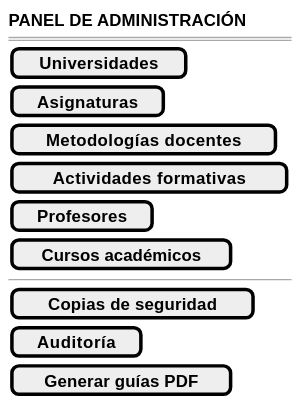
mmasias/pyCeldaPublico keeps this PlantUML diagram as images/RUP/01-requisitos/03-detalle-casos-uso/abrirPanelAdministracion/wireframe.svg. Above is the earlier version. Source of this version:
```plantuml
@startsalt abrirPanelAdministracion-wireframe
{
    <b>PANEL DE ADMINISTRACIÓN</b>
    ====
    [ <b>Universidades</b> ]
    [ <b>Asignaturas</b> ]
    [ <b>Metodologías docentes</b> ]
    [ <b>Actividades formativas</b> ]
    [ <b>Profesores</b> ]
    [ <b>Cursos académicos</b> ]
    --
    [ <b>Copias de seguridad</b> ]
    [ <b>Auditoría</b> ]
    [ <b>Generar guías PDF</b> ]
}
@endsalt
```
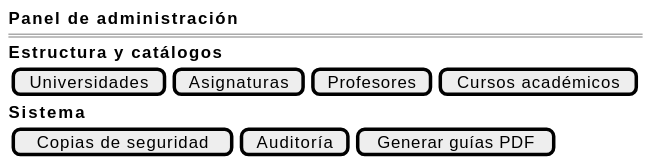
The same file after the commit.

Change to the diagram source:
```diff
@@ -1,16 +1,14 @@
 @startsalt abrirPanelAdministracion-wireframe
 {
-    <b>PANEL DE ADMINISTRACIÓN</b>
+    <b>Panel de administración</b>
     ====
-    [ <b>Universidades</b> ]
-    [ <b>Asignaturas</b> ]
-    [ <b>Metodologías docentes</b> ]
-    [ <b>Actividades formativas</b> ]
-    [ <b>Profesores</b> ]
-    [ <b>Cursos académicos</b> ]
-    --
-    [ <b>Copias de seguridad</b> ]
-    [ <b>Auditoría</b> ]
-    [ <b>Generar guías PDF</b> ]
+    <b>Estructura y catálogos</b>
+    {
+        [Universidades] | [Asignaturas] | [Profesores] | [Cursos académicos]
+    }
+    <b>Sistema</b>
+    {
+        [Copias de seguridad] | [Auditoría] | [Generar guías PDF]
+    }
 }
 @endsalt
```
